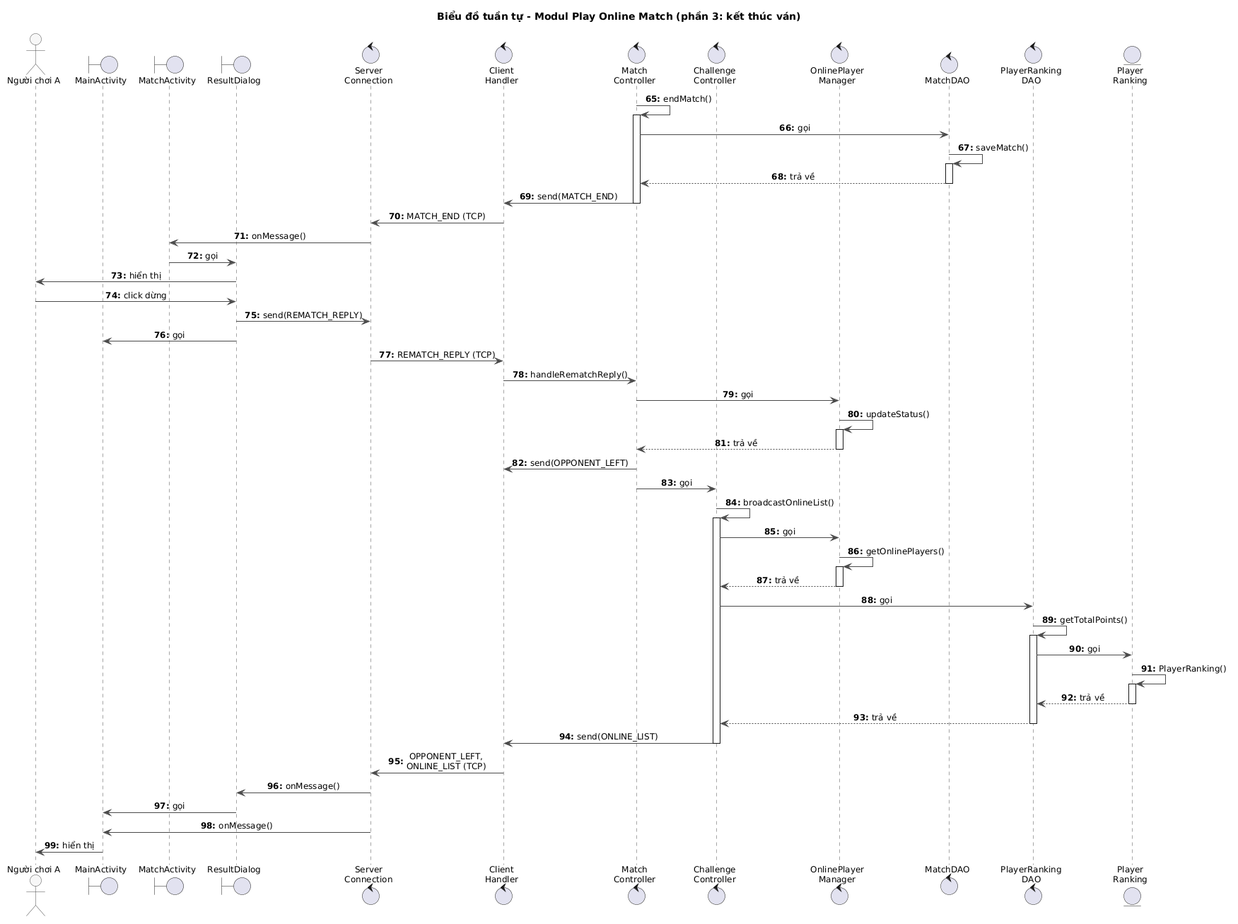
Before: docs/uml/pha3/seq-m4-3.png, a diagram exported from PlantUML (VattenL/mobile-pikachu).
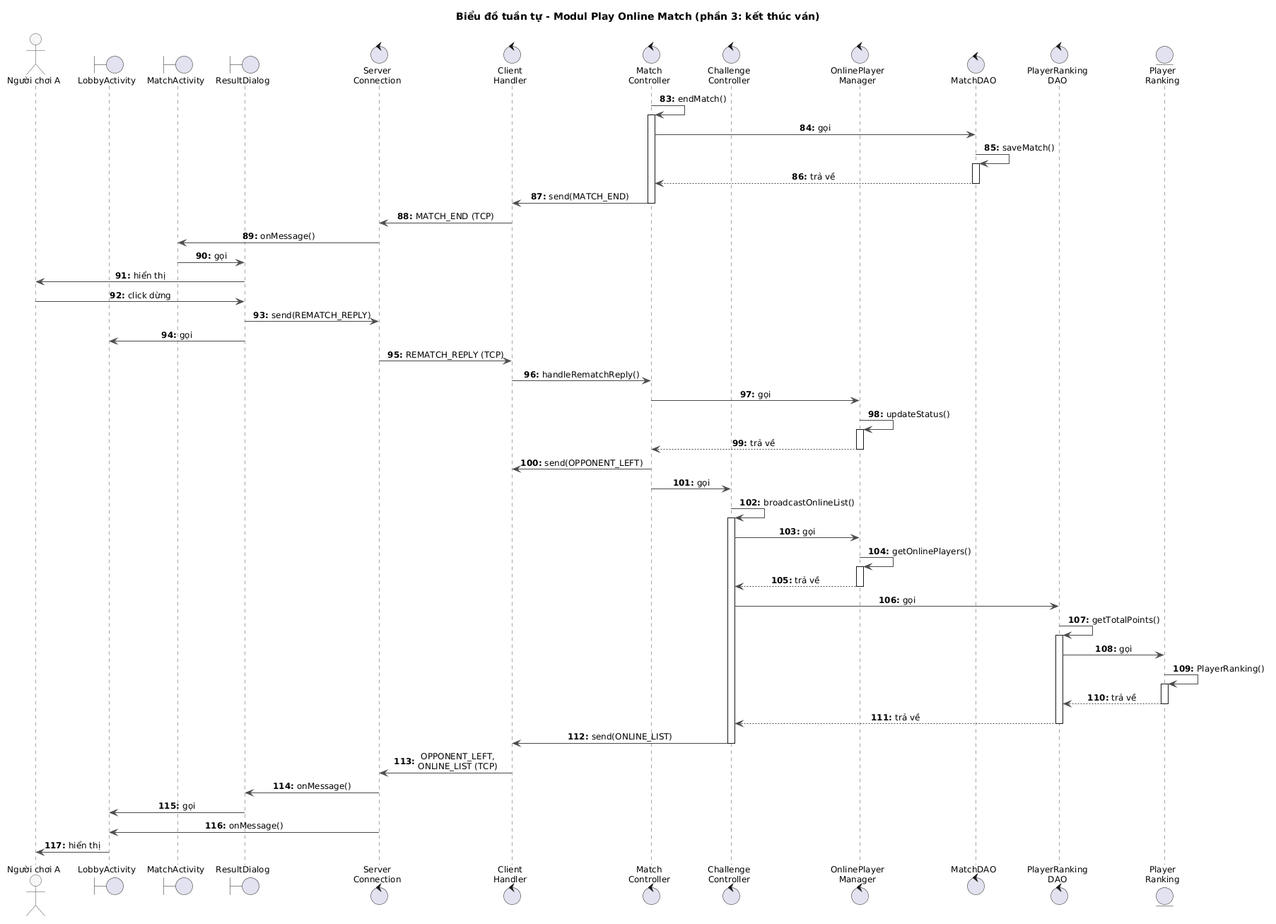
The same file after the commit.

The edit, as a diff of the source:
```diff
@@ -14,10 +14,10 @@
   ActorBackgroundColor #F7F7F7
 }
 autonumber "<b>0:"
-autonumber 65 "<b>0:"
+autonumber 83 "<b>0:"
 
 actor "Người chơi A" as A
-boundary MainActivity
+boundary LobbyActivity
 boundary MatchActivity
 boundary ResultDialog
 control "Server\nConnection" as ServerConnection
@@ -44,7 +44,7 @@
 ResultDialog -> A : hiển thị
 A -> ResultDialog : click dừng
 ResultDialog -> ServerConnection : send(REMATCH_REPLY)
-ResultDialog -> MainActivity : gọi
+ResultDialog -> LobbyActivity : gọi
 ServerConnection -> ClientHandler : REMATCH_REPLY (TCP)
 ClientHandler -> MatchController : handleRematchReply()
 MatchController -> OnlinePlayerManager : gọi
@@ -75,7 +75,7 @@
 deactivate ChallengeController
 ClientHandler -> ServerConnection : OPPONENT_LEFT,\nONLINE_LIST (TCP)
 ServerConnection -> ResultDialog : onMessage()
-ResultDialog -> MainActivity : gọi
-ServerConnection -> MainActivity : onMessage()
-MainActivity -> A : hiển thị
+ResultDialog -> LobbyActivity : gọi
+ServerConnection -> LobbyActivity : onMessage()
+LobbyActivity -> A : hiển thị
 @enduml
```
